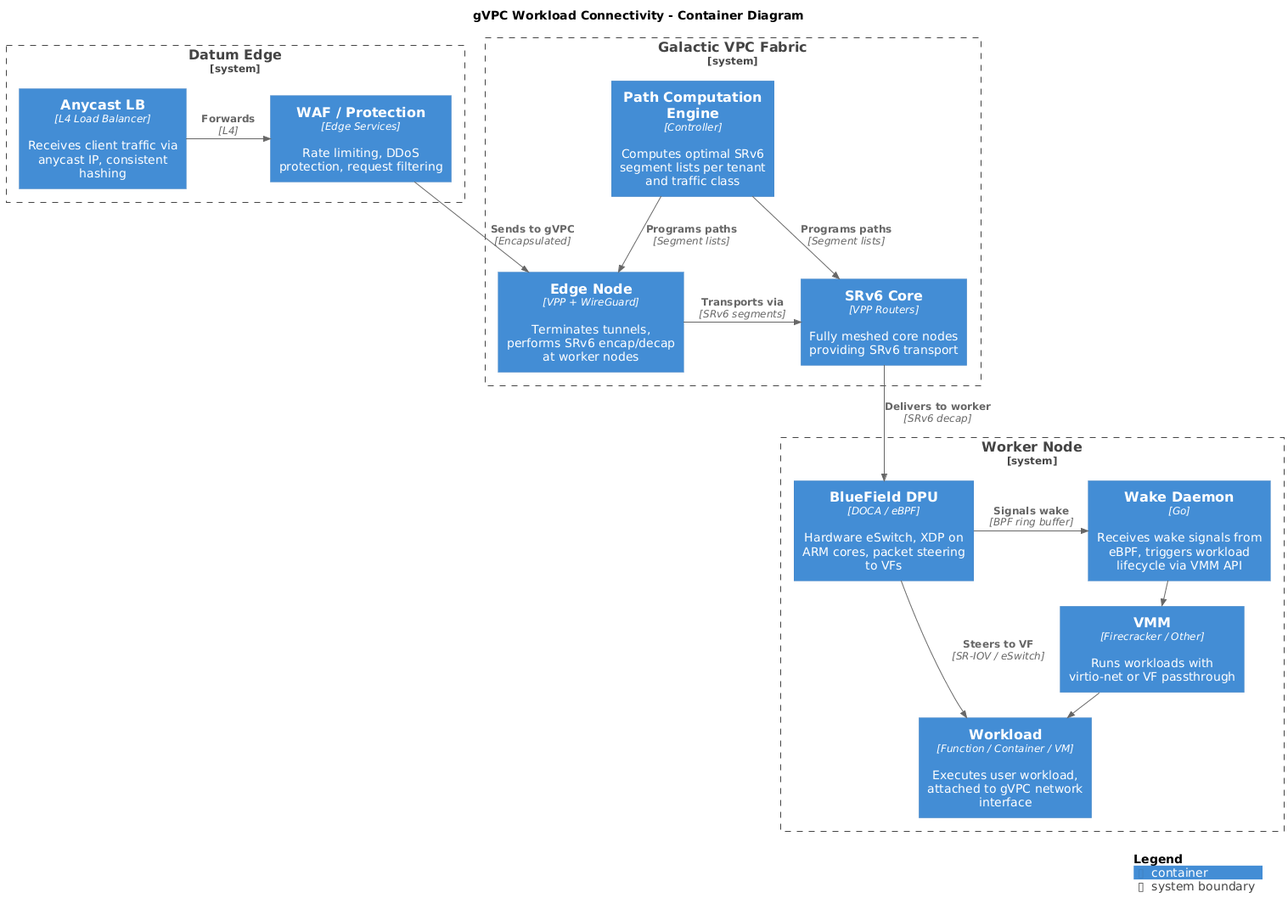
Before: enhancements/compute/network-connectivity/containers.png, a diagram exported from PlantUML (datum-cloud/enhancements).
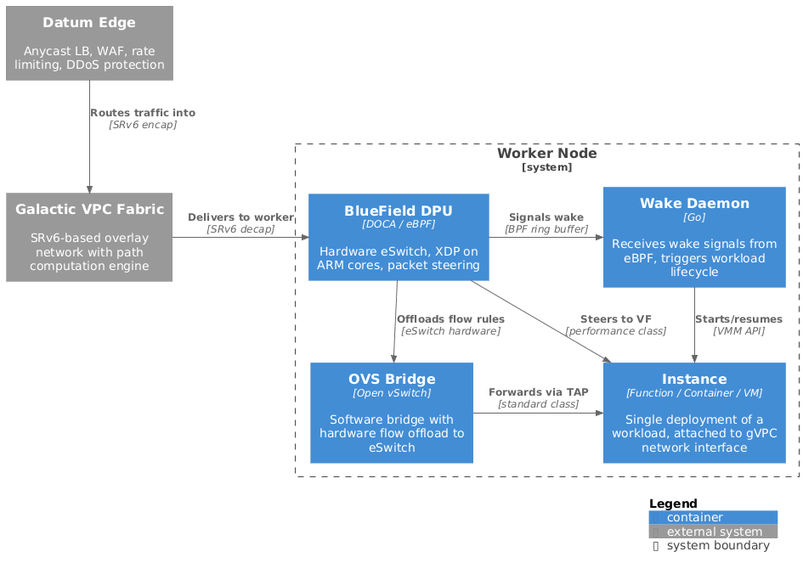
Above is the later version.

Commit message:
refactor(compute): simplify diagrams and rename workload to instance

Diff of the diagram source:
```diff
@@ -2,36 +2,23 @@
 !$NEW_C4_STYLE = 1
 !include https://raw.githubusercontent.com/plantuml-stdlib/C4-PlantUML/master/C4_Container.puml
 
-title gVPC Workload Connectivity - Container Diagram
+System_Ext(edge, "Datum Edge", "Anycast LB, WAF, rate limiting, DDoS protection")
+System_Ext(gvpc, "Galactic VPC Fabric", "SRv6-based overlay network with path computation engine")
 
-System_Boundary(edge_boundary, "Datum Edge") {
-    Container(anycast_lb, "Anycast LB", "L4 Load Balancer", "Receives client traffic via anycast IP, consistent hashing")
-    Container(waf, "WAF / Protection", "Edge Services", "Rate limiting, DDoS protection, request filtering")
+System_Boundary(worker_boundary, "Worker Node") {
+    Container(dpu, "BlueField DPU", "DOCA / eBPF", "Hardware eSwitch, XDP on ARM cores, packet steering")
+    Container(ovs, "OVS Bridge", "Open vSwitch", "Software bridge with hardware flow offload to eSwitch")
+    Container(wake_daemon, "Wake Daemon", "Go", "Receives wake signals from eBPF, triggers workload lifecycle")
+    Container(instance, "Instance", "Function / Container / VM", "Single deployment of a workload, attached to gVPC network interface")
 }
 
-System_Boundary(gvpc_boundary, "Galactic VPC Fabric") {
-    Container(pce, "Path Computation Engine", "Controller", "Computes optimal SRv6 segment lists per tenant and traffic class")
-    Container(edge_node, "Edge Node", "VPP + WireGuard", "Terminates tunnels, performs SRv6 encap/decap at worker nodes")
-    Container(srv6_core, "SRv6 Core", "VPP Routers", "Fully meshed core nodes providing SRv6 transport")
-}
-
-System_Boundary(worker_boundary, "Worker Node") {
-    Container(dpu, "BlueField DPU", "DOCA / eBPF", "Hardware eSwitch, XDP on ARM cores, packet steering to VFs")
-    Container(wake_daemon, "Wake Daemon", "Go", "Receives wake signals from eBPF, triggers workload lifecycle via VMM API")
-    Container(vmm, "VMM", "Firecracker / Other", "Runs workloads with virtio-net or VF passthrough")
-    Container(workload, "Workload", "Function / Container / VM", "Executes user workload, attached to gVPC network interface")
-}
-
-Rel_R(anycast_lb, waf, "Forwards", "L4")
-Rel_D(waf, edge_node, "Sends to gVPC", "Encapsulated")
-Rel_R(edge_node, srv6_core, "Transports via", "SRv6 segments")
-Rel_D(pce, edge_node, "Programs paths", "Segment lists")
-Rel_D(pce, srv6_core, "Programs paths", "Segment lists")
-Rel_D(srv6_core, dpu, "Delivers to worker", "SRv6 decap")
+Rel_D(edge, gvpc, "Routes traffic into", "SRv6 encap")
+Rel_R(gvpc, dpu, "Delivers to worker", "SRv6 decap")
+Rel_D(dpu, ovs, "Offloads flow rules", "eSwitch hardware")
+Rel_L(ovs, instance, "Forwards via TAP", "standard class")
+Rel_D(dpu, instance, "Steers to VF", "performance class")
 Rel_R(dpu, wake_daemon, "Signals wake", "BPF ring buffer")
-Rel_R(wake_daemon, vmm, "Starts/resumes workload", "API")
-Rel_R(vmm, workload, "Hosts", "virtio-net / VF")
-Rel_D(dpu, workload, "Steers to VF", "SR-IOV / eSwitch")
+Rel_D(wake_daemon, instance, "Starts/resumes", "VMM API")
 
 SHOW_LEGEND()
 @enduml
```
